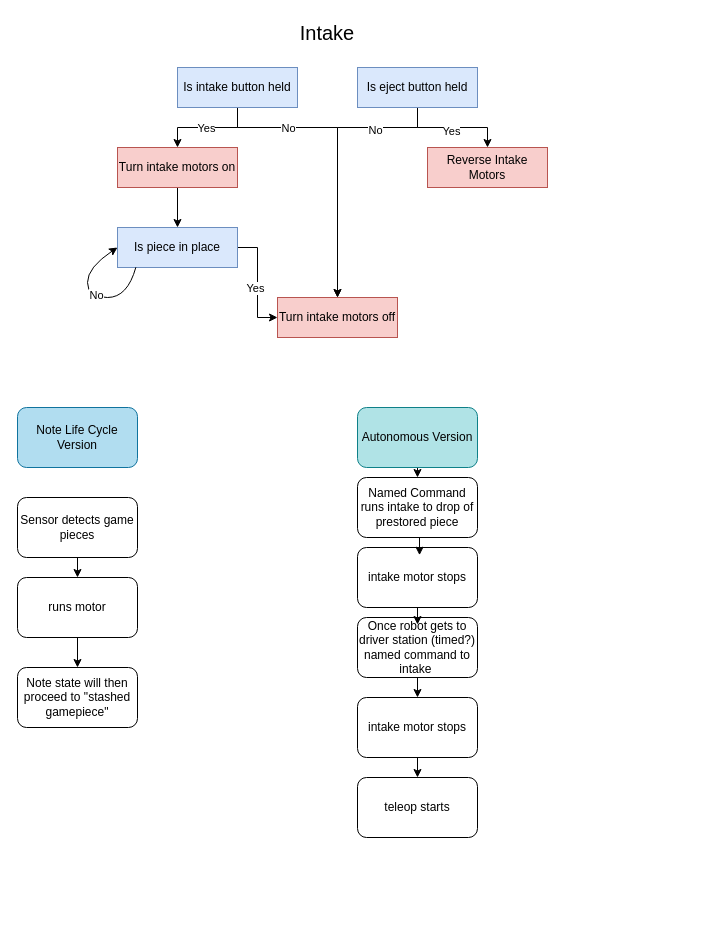
This is docs/Flowcharts/Intake Diagram.drawio.xml from Trex4935/2025, a draw.io file, before an edit. Source tidied: cells renumbered, new cells numbered last; positions are measured from the earlier drawing's top-left corner, leaving out a move shared by most shapes. Both pictures are drawn from the tidied source at 100%, with x=0, y=0 at pixel (17, 17).
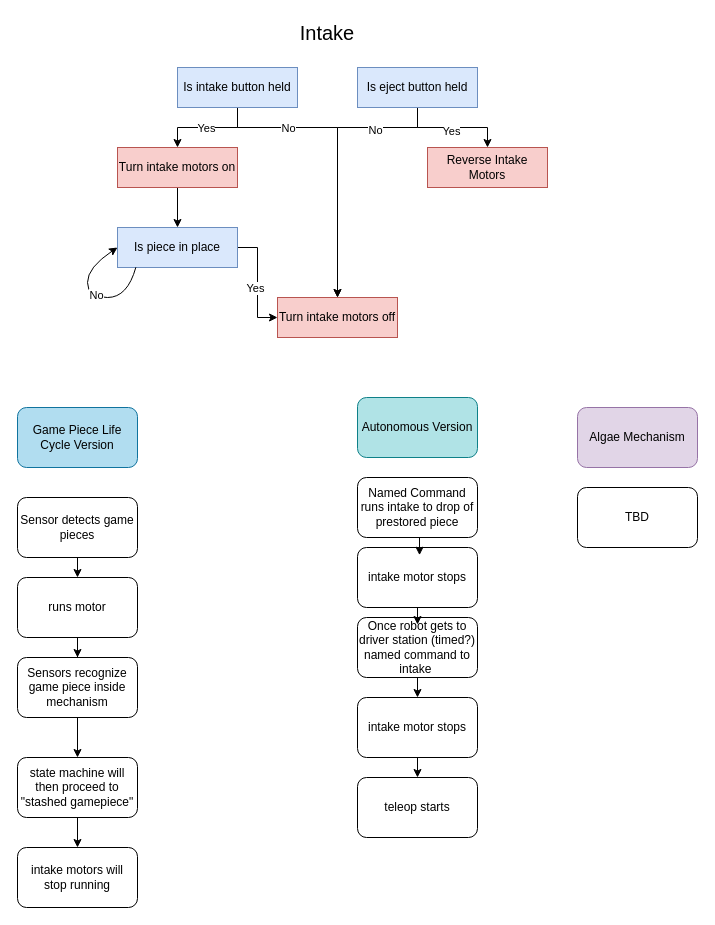
The same page after the edit.

Commit message (it also covers changes not shown here):
simplified the flowcharts for life cycle and added details for elevator, intake, shooter

Unchanged cells that the change refers to:
```xml
<mxCell id="26" value="runs motor" style="rounded=1;whiteSpace=wrap;html=1;" parent="1" vertex="1">
  <mxGeometry y="560" width="120" height="60" as="geometry" />
</mxCell>
<mxCell id="30" value="Named Command runs intake to drop of prestored piece" style="rounded=1;whiteSpace=wrap;html=1;" parent="1" vertex="1">
  <mxGeometry x="340" y="460" width="120" height="60" as="geometry" />
</mxCell>
```

Change to the diagram source:
```diff
@@
-    <mxCell id="22" value="Note Life Cycle Version" style="rounded=1;whiteSpace=wrap;html=1;fillColor=#b1ddf0;strokeColor=#10739e;" parent="1" vertex="1">
+    <mxCell id="22" value="Game Piece Life Cycle Version" style="rounded=1;whiteSpace=wrap;html=1;fillColor=#b1ddf0;strokeColor=#10739e;" parent="1" vertex="1">
       <mxGeometry y="390" width="120" height="60" as="geometry" />
     </mxCell>
@@
-    <mxCell id="25" style="edgeStyle=orthogonalEdgeStyle;rounded=0;jettySize=auto;html=1;exitX=0.5;exitY=1;exitDx=0;exitDy=0;entryX=0.5;entryY=0;entryDx=0;entryDy=0;" parent="1" edge="1" source="26" target="27">
-      <mxGeometry relative="1" as="geometry" />
-    </mxCell>
+    <mxCell id="39" style="edgeStyle=orthogonalEdgeStyle;rounded=0;jettySize=auto;html=1;exitX=0.5;exitY=1;exitDx=0;exitDy=0;" parent="1" edge="1" source="26" target="42">
+      <mxGeometry relative="1" as="geometry" />
+    </mxCell>
@@
+    <mxCell id="40" style="edgeStyle=orthogonalEdgeStyle;rounded=0;jettySize=auto;html=1;exitX=0.5;exitY=1;exitDx=0;exitDy=0;entryX=0.5;entryY=0;entryDx=0;entryDy=0;" parent="1" edge="1" source="27" target="43">
+      <mxGeometry relative="1" as="geometry" />
+    </mxCell>
-    <mxCell id="27" value="Note state will then proceed to &quot;stashed gamepiece&quot;" style="rounded=1;whiteSpace=wrap;html=1;" parent="1" vertex="1">
-      <mxGeometry y="650" width="120" height="60" as="geometry" />
+    <mxCell id="27" value="state machine will then proceed to &quot;stashed gamepiece&quot;" style="rounded=1;whiteSpace=wrap;html=1;" parent="1" vertex="1">
+      <mxGeometry y="740" width="120" height="60" as="geometry" />
     </mxCell>
-    <mxCell id="28" style="edgeStyle=orthogonalEdgeStyle;rounded=0;jettySize=auto;html=1;exitX=0.5;exitY=1;exitDx=0;exitDy=0;entryX=0.5;entryY=0;entryDx=0;entryDy=0;" parent="1" edge="1" source="29" target="30">
-      <mxGeometry relative="1" as="geometry" />
-    </mxCell>
     <mxCell id="29" value="Autonomous Version" style="rounded=1;whiteSpace=wrap;html=1;fillColor=#b0e3e6;strokeColor=#0e8088;" parent="1" vertex="1">
-      <mxGeometry x="340" y="390" width="120" height="60" as="geometry" />
+      <mxGeometry x="340" y="380" width="120" height="60" as="geometry" />
     </mxCell>
@@
+    <mxCell id="41" style="edgeStyle=orthogonalEdgeStyle;rounded=0;jettySize=auto;html=1;exitX=0.5;exitY=1;exitDx=0;exitDy=0;entryX=0.5;entryY=0;entryDx=0;entryDy=0;" parent="1" edge="1" source="42" target="27">
+      <mxGeometry relative="1" as="geometry" />
+    </mxCell>
+    <mxCell id="42" value="Sensors recognize game piece inside mechanism" style="rounded=1;whiteSpace=wrap;html=1;" parent="1" vertex="1">
+      <mxGeometry y="640" width="120" height="60" as="geometry" />
+    </mxCell>
+    <mxCell id="43" value="intake motors will stop running" style="rounded=1;whiteSpace=wrap;html=1;" parent="1" vertex="1">
+      <mxGeometry y="830" width="120" height="60" as="geometry" />
+    </mxCell>
+    <mxCell id="44" value="Algae Mechanism" style="rounded=1;whiteSpace=wrap;html=1;fillColor=#e1d5e7;strokeColor=#9673a6;" parent="1" vertex="1">
+      <mxGeometry x="560" y="390" width="120" height="60" as="geometry" />
+    </mxCell>
+    <mxCell id="45" value="TBD" style="rounded=1;whiteSpace=wrap;html=1;" parent="1" vertex="1">
+      <mxGeometry x="560" y="470" width="120" height="60" as="geometry" />
+    </mxCell>
```
